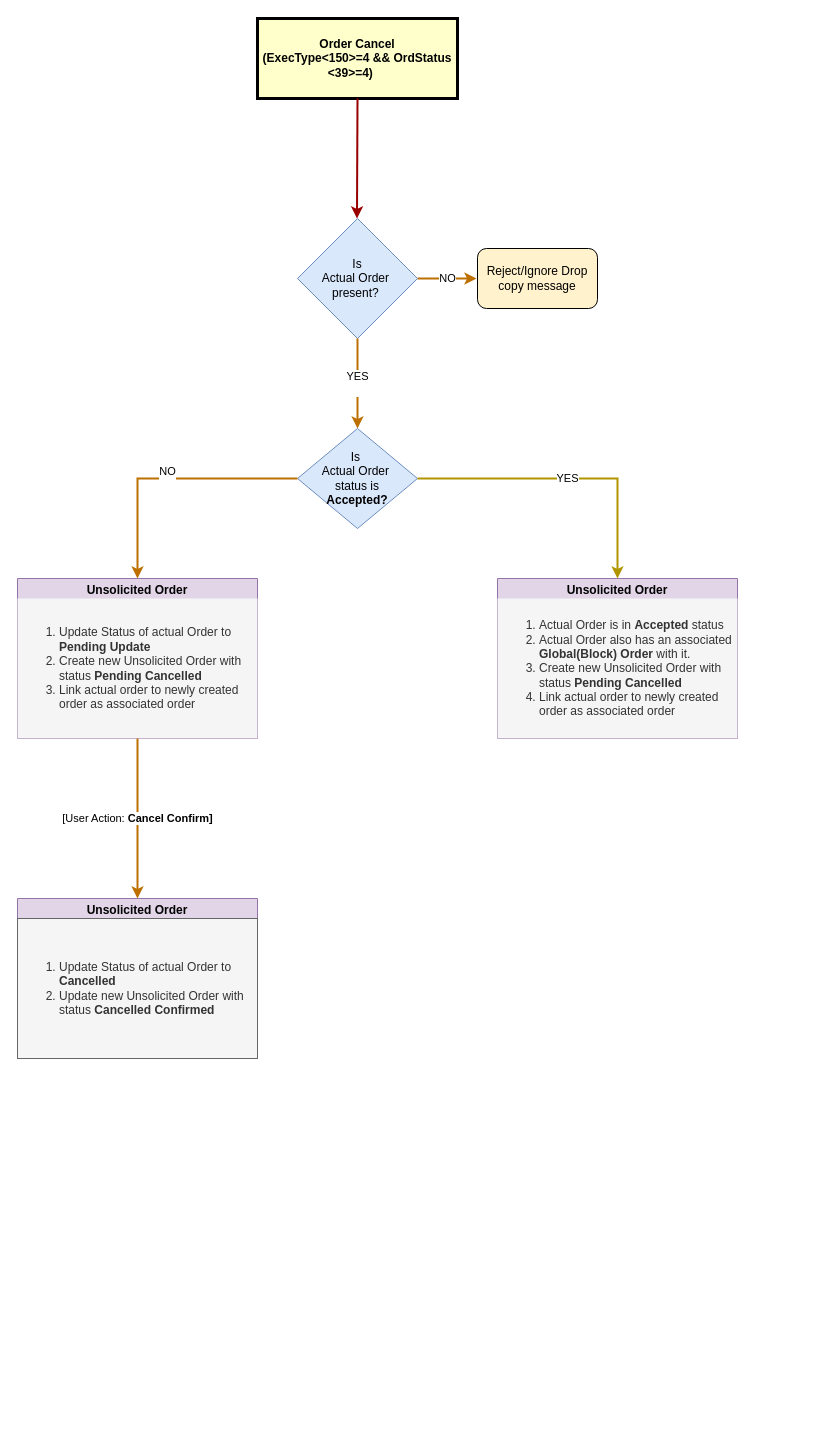
Before: FIX_drop_copy_modify_accepted_orders.drawio in Avanishkumar28/designs, a draw.io diagram. Source tidied: cells renumbered, new cells numbered last; positions are measured from the earlier drawing's top-left corner, leaving out a move shared by most shapes. Both pictures are drawn from the tidied source at 100%, with x=0, y=0 at pixel (17, 18).
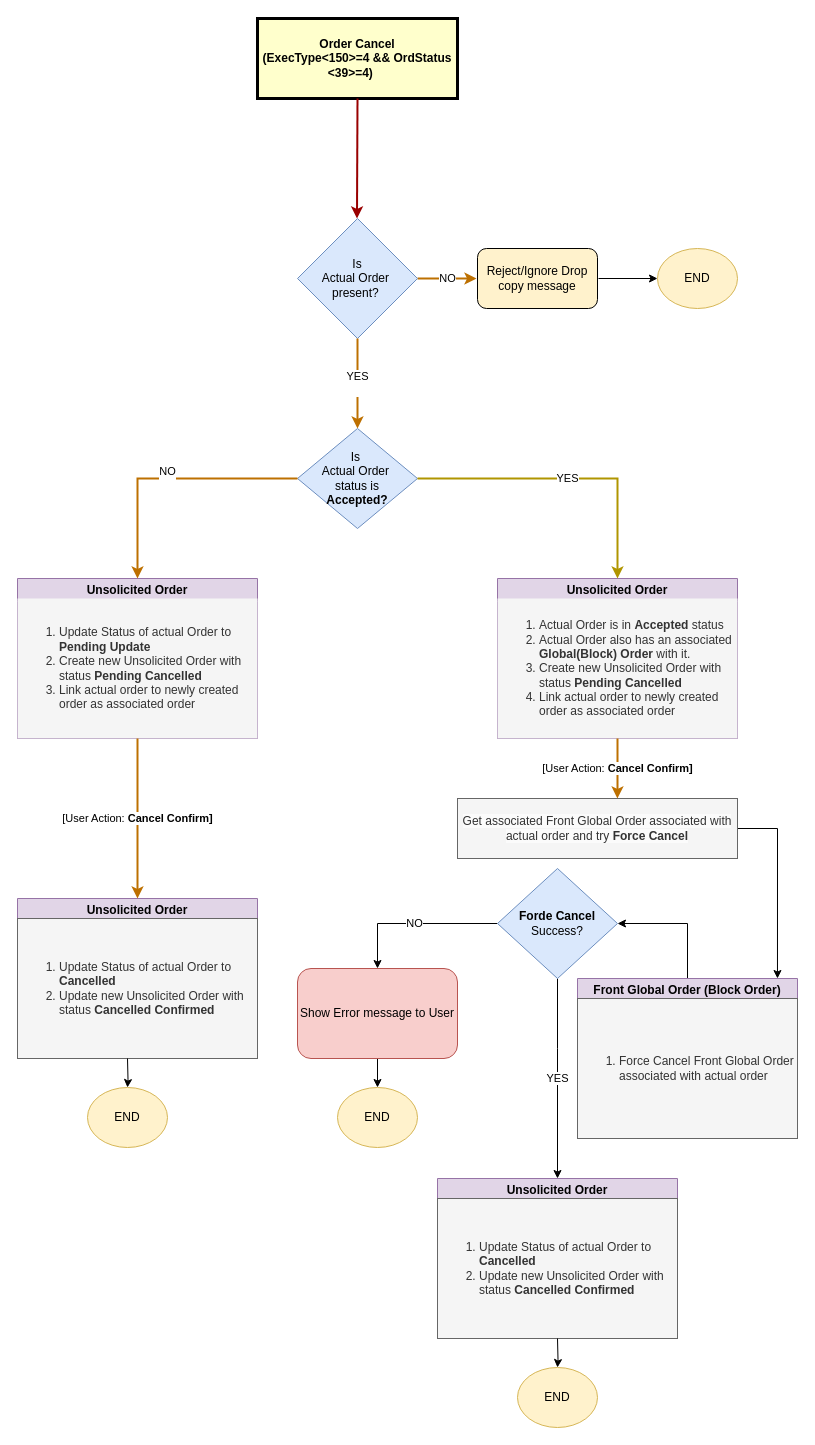
After the change.

Unchanged cells that the change refers to:
```xml
<mxCell id="4" value="Unsolicited Order" style="swimlane;whiteSpace=wrap;html=1;fillColor=#e1d5e7;strokeColor=#9673a6;" parent="1" vertex="1">
  <mxGeometry y="560" width="240" height="160" as="geometry" />
</mxCell>
<mxCell id="8" value="Reject/Ignore Drop copy message" style="rounded=1;whiteSpace=wrap;html=1;fillColor=#fff2cc;strokeColor=default;perimeterSpacing=1;gradientColor=none;" parent="1" vertex="1">
  <mxGeometry x="460" y="230" width="120" height="60" as="geometry" />
</mxCell>
<mxCell id="10" value="Is&amp;nbsp;&lt;div&gt;Actual Order&amp;nbsp;&lt;div&gt;status is&lt;/div&gt;&lt;div&gt;&lt;b&gt;Accepted?&lt;/b&gt;&lt;/div&gt;&lt;/div&gt;" style="rhombus;whiteSpace=wrap;html=1;fillColor=#dae8fc;strokeColor=#6c8ebf;" parent="1" vertex="1">
  <mxGeometry x="280" y="410" width="120" height="100" as="geometry" />
</mxCell>
```

Diff of the diagram source:
```diff
@@
     <mxCell id="11" value="NO&lt;div&gt;&lt;br&gt;&lt;/div&gt;" style="edgeStyle=orthogonalEdgeStyle;rounded=0;jettySize=auto;html=1;exitX=0;exitY=0.5;exitDx=0;exitDy=0;entryX=0.5;entryY=0;entryDx=0;entryDy=0;fillColor=#f0a30a;strokeColor=#BD7000;strokeWidth=2;" parent="1" edge="1" source="10" target="4">
-      <mxGeometry relative="1" as="geometry" />
+      <mxGeometry relative="1" as="geometry">
+        <Array as="points">
+          <mxPoint x="120" y="460" />
+        </Array>
+      </mxGeometry>
     </mxCell>
@@
+    <mxCell id="18" value="Unsolicited Order" style="swimlane;whiteSpace=wrap;html=1;fillColor=#e1d5e7;strokeColor=#9673a6;" parent="1" vertex="1">
+      <mxGeometry x="420" y="1160" width="240" height="160" as="geometry" />
+    </mxCell>
+    <mxCell id="19" value="&lt;ol&gt;&lt;li&gt;Update Status of actual Order to &lt;b style=&quot;background-color: transparent; color: light-dark(rgb(51, 51, 51), rgb(193, 193, 193));&quot;&gt;Cancelled&lt;/b&gt;&lt;/li&gt;&lt;li&gt;Update new Unsolicited Order with status &lt;b&gt;Cancelled Confirmed&lt;/b&gt;&lt;/li&gt;&lt;/ol&gt;" style="text;html=1;align=left;verticalAlign=middle;whiteSpace=wrap;rounded=0;fillColor=#f5f5f5;fontColor=#333333;strokeColor=#666666;" parent="18" vertex="1">
+      <mxGeometry y="20" width="240" height="140" as="geometry" />
+    </mxCell>
+    <mxCell id="20" value="[User Action: &lt;b&gt;Cancel Confirm]&lt;/b&gt;" style="endArrow=classic;html=1;rounded=0;exitX=0.5;exitY=1;exitDx=0;exitDy=0;entryX=0.571;entryY=0;entryDx=0;entryDy=0;fillColor=#f0a30a;strokeColor=#BD7000;strokeWidth=2;edgeStyle=orthogonalEdgeStyle;entryPerimeter=0;" parent="1" edge="1" target="25">
+      <mxGeometry relative="1" as="geometry">
+        <mxPoint x="600" y="720" as="sourcePoint" />
+        <Array as="points">
+          <mxPoint x="600" y="770" />
+          <mxPoint x="600" y="770" />
+        </Array>
+      </mxGeometry>
+    </mxCell>
+    <mxCell id="21" style="edgeStyle=orthogonalEdgeStyle;rounded=0;jettySize=auto;html=1;entryX=1;entryY=0.5;entryDx=0;entryDy=0;" parent="1" edge="1" source="22" target="28">
+      <mxGeometry relative="1" as="geometry" />
+    </mxCell>
+    <mxCell id="22" value="Front Global Order (Block Order)" style="swimlane;whiteSpace=wrap;html=1;fillColor=#e1d5e7;strokeColor=#9673a6;" parent="1" vertex="1">
+      <mxGeometry x="560" y="960" width="220" height="160" as="geometry" />
+    </mxCell>
+    <mxCell id="23" value="&lt;ol&gt;&lt;li&gt;Force Cancel Front Global Order associated with actual order&lt;/li&gt;&lt;/ol&gt;" style="text;html=1;align=left;verticalAlign=middle;whiteSpace=wrap;rounded=0;fillColor=#f5f5f5;fontColor=#333333;strokeColor=#666666;" parent="22" vertex="1">
+      <mxGeometry y="20" width="220" height="140" as="geometry" />
+    </mxCell>
+    <mxCell id="24" style="edgeStyle=orthogonalEdgeStyle;rounded=0;jettySize=auto;html=1;entryX=0.909;entryY=0;entryDx=0;entryDy=0;exitX=1;exitY=0.5;exitDx=0;exitDy=0;entryPerimeter=0;" parent="1" edge="1" source="25" target="22">
+      <mxGeometry relative="1" as="geometry">
+        <Array as="points">
+          <mxPoint x="760" y="810" />
+        </Array>
+      </mxGeometry>
+    </mxCell>
+    <mxCell id="25" value="&lt;br&gt;&lt;span style=&quot;color: rgb(51, 51, 51); font-family: Helvetica; font-size: 12px; font-style: normal; font-variant-ligatures: normal; font-variant-caps: normal; font-weight: 400; letter-spacing: normal; orphans: 2; text-align: left; text-indent: 0px; text-transform: none; widows: 2; word-spacing: 0px; -webkit-text-stroke-width: 0px; white-space: normal; background-color: rgb(251, 251, 251); text-decoration-thickness: initial; text-decoration-style: initial; text-decoration-color: initial; float: none; display: inline !important;&quot;&gt;Get associated Front Global Order associated with actual order and try &lt;/span&gt;&lt;span style=&quot;color: rgb(51, 51, 51); font-family: Helvetica; font-size: 12px; font-style: normal; font-variant-ligatures: normal; font-variant-caps: normal; letter-spacing: normal; orphans: 2; text-align: left; text-indent: 0px; text-transform: none; widows: 2; word-spacing: 0px; -webkit-text-stroke-width: 0px; white-space: normal; background-color: rgb(251, 251, 251); text-decoration-thickness: initial; text-decoration-style: initial; text-decoration-color: initial; float: none; display: inline !important;&quot;&gt;&lt;b&gt;Force Cancel&lt;/b&gt;&lt;/span&gt;&lt;div&gt;&lt;br/&gt;&lt;/div&gt;" style="rounded=0;whiteSpace=wrap;html=1;fillColor=#f5f5f5;fontColor=#333333;strokeColor=#666666;" parent="1" vertex="1">
+      <mxGeometry x="440" y="780" width="280" height="60" as="geometry" />
+    </mxCell>
+    <mxCell id="26" value="YES" style="edgeStyle=orthogonalEdgeStyle;rounded=0;jettySize=auto;html=1;entryX=0.5;entryY=0;entryDx=0;entryDy=0;" parent="1" edge="1" source="28" target="18">
+      <mxGeometry relative="1" as="geometry">
+        <Array as="points">
+          <mxPoint x="540" y="1030" />
+          <mxPoint x="540" y="1030" />
+        </Array>
+      </mxGeometry>
+    </mxCell>
+    <mxCell id="27" value="NO" style="edgeStyle=orthogonalEdgeStyle;rounded=0;jettySize=auto;html=1;entryX=0.5;entryY=0;entryDx=0;entryDy=0;" parent="1" edge="1" source="28" target="30">
+      <mxGeometry relative="1" as="geometry">
+        <Array as="points">
+          <mxPoint x="360" y="905" />
+        </Array>
+      </mxGeometry>
+    </mxCell>
+    <mxCell id="28" value="&lt;b&gt;Forde Cancel&lt;/b&gt;&lt;div&gt;Success?&lt;/div&gt;" style="rhombus;whiteSpace=wrap;html=1;fillColor=#dae8fc;strokeColor=#6c8ebf;" parent="1" vertex="1">
+      <mxGeometry x="480" y="850" width="120" height="110" as="geometry" />
+    </mxCell>
+    <mxCell id="29" style="edgeStyle=orthogonalEdgeStyle;rounded=0;jettySize=auto;html=1;" parent="1" edge="1" source="30" target="31">
+      <mxGeometry relative="1" as="geometry" />
+    </mxCell>
+    <mxCell id="30" value="Show Error message to User" style="rounded=1;whiteSpace=wrap;html=1;fillColor=#f8cecc;strokeColor=#b85450;" parent="1" vertex="1">
+      <mxGeometry x="280" y="950" width="160" height="90" as="geometry" />
+    </mxCell>
+    <mxCell id="31" value="END" style="ellipse;whiteSpace=wrap;html=1;fillColor=#fff2cc;strokeColor=#d6b656;" parent="1" vertex="1">
+      <mxGeometry x="320" y="1069" width="80" height="60" as="geometry" />
+    </mxCell>
+    <mxCell id="32" style="edgeStyle=orthogonalEdgeStyle;rounded=0;jettySize=auto;html=1;" parent="1" edge="1" target="33">
+      <mxGeometry relative="1" as="geometry">
+        <mxPoint x="540" y="1320" as="sourcePoint" />
+      </mxGeometry>
+    </mxCell>
+    <mxCell id="33" value="END" style="ellipse;whiteSpace=wrap;html=1;fillColor=#fff2cc;strokeColor=#d6b656;" parent="1" vertex="1">
+      <mxGeometry x="500" y="1349" width="80" height="60" as="geometry" />
+    </mxCell>
+    <mxCell id="34" style="edgeStyle=orthogonalEdgeStyle;rounded=0;jettySize=auto;html=1;" parent="1" edge="1" target="35">
+      <mxGeometry relative="1" as="geometry">
+        <mxPoint x="110" y="1040" as="sourcePoint" />
+      </mxGeometry>
+    </mxCell>
+    <mxCell id="35" value="END" style="ellipse;whiteSpace=wrap;html=1;fillColor=#fff2cc;strokeColor=#d6b656;" parent="1" vertex="1">
+      <mxGeometry x="70" y="1069" width="80" height="60" as="geometry" />
+    </mxCell>
+    <mxCell id="36" value="END" style="ellipse;whiteSpace=wrap;html=1;fillColor=#fff2cc;strokeColor=#d6b656;" parent="1" vertex="1">
+      <mxGeometry x="640" y="230" width="80" height="60" as="geometry" />
+    </mxCell>
+    <mxCell id="37" style="edgeStyle=orthogonalEdgeStyle;rounded=0;jettySize=auto;html=1;entryX=0;entryY=0.5;entryDx=0;entryDy=0;" parent="1" edge="1" source="8" target="36">
+      <mxGeometry relative="1" as="geometry" />
+    </mxCell>
```
